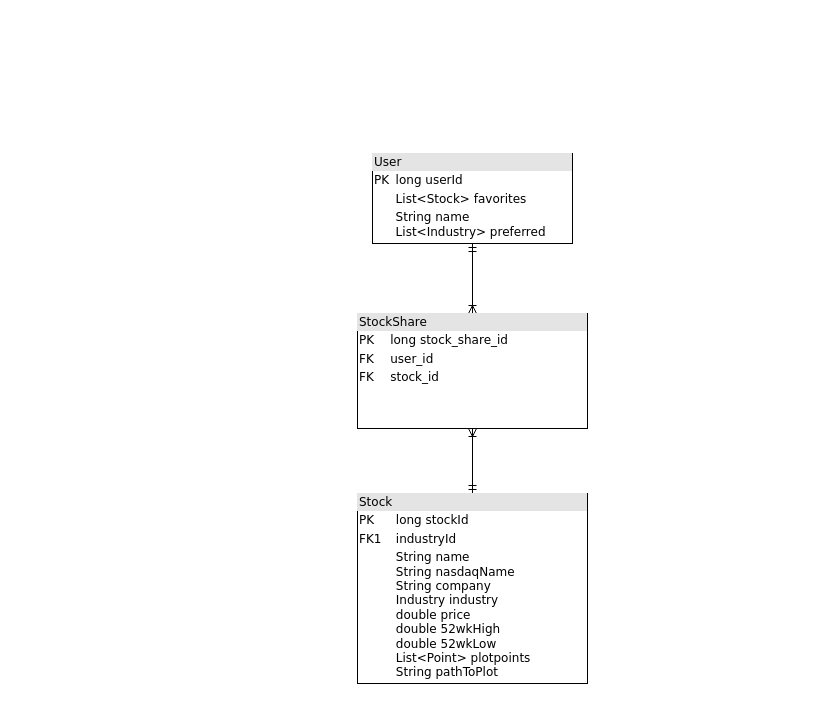
Above: docs/erd.drawio in stock-rollers/stock-rollers.github.io (draw.io), before the change. Source tidied: cells renumbered, new cells numbered last; positions are measured from the earlier drawing's top-left corner, leaving out a move shared by most shapes. Both pictures are drawn from the tidied source at 100%, with x=0, y=0 at pixel (357, 153).
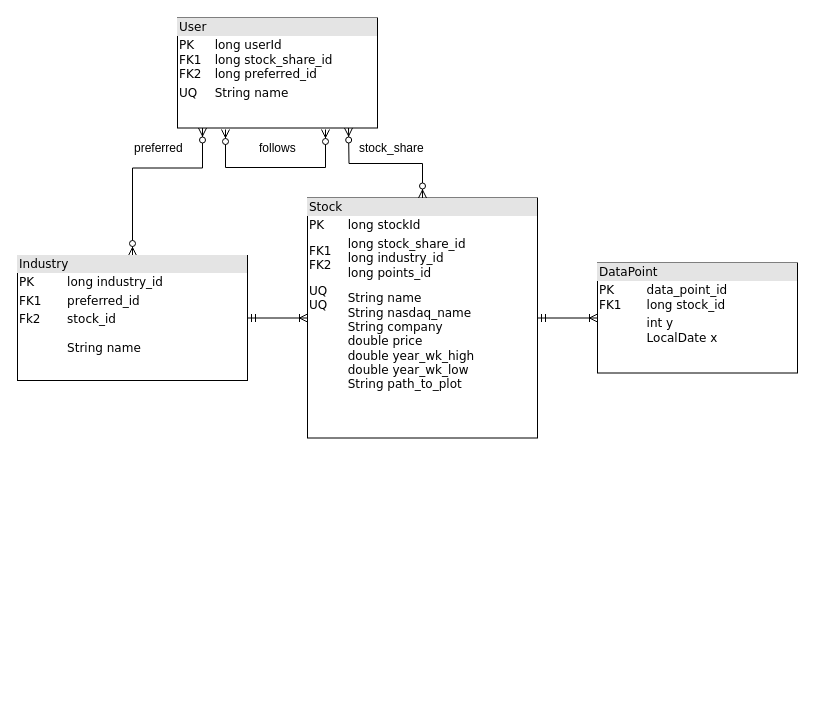
After the change.

Change to the diagram source:
```diff
@@
 <mxGraphModel background="#ffffff">
   <root>
     <mxCell id="0" />
     <mxCell id="1" parent="0" />
-    <mxCell id="2" value="&lt;div style=&quot;box-sizing: border-box ; width: 100% ; background: #e4e4e4 ; padding: 2px&quot;&gt;User&lt;/div&gt;&lt;table style=&quot;width: 100% ; font-size: 1em&quot; cellpadding=&quot;2&quot; cellspacing=&quot;0&quot;&gt;&lt;tbody&gt;&lt;tr&gt;&lt;td&gt;PK&lt;/td&gt;&lt;td&gt;long userId&lt;/td&gt;&lt;/tr&gt;&lt;tr&gt;&lt;td&gt;&lt;br&gt;&lt;/td&gt;&lt;td&gt;List&amp;lt;Stock&amp;gt; favorites&lt;/td&gt;&lt;/tr&gt;&lt;tr&gt;&lt;td&gt;&lt;/td&gt;&lt;td&gt;String name&lt;br&gt;List&amp;lt;Industry&amp;gt; preferred&amp;nbsp;&lt;/td&gt;&lt;/tr&gt;&lt;/tbody&gt;&lt;/table&gt;" style="verticalAlign=top;align=left;overflow=fill;html=1;rounded=0;shadow=0;comic=0;labelBackgroundColor=none;strokeColor=#000000;strokeWidth=1;fillColor=#ffffff;fontFamily=Verdana;fontSize=12;fontColor=#000000;" parent="1" vertex="1">
-      <mxGeometry x="15" width="200" height="90" as="geometry" />
+    <mxCell id="2" value="&lt;div style=&quot;box-sizing: border-box ; width: 100% ; background: #e4e4e4 ; padding: 2px&quot;&gt;User&lt;/div&gt;&lt;table style=&quot;width: 100% ; font-size: 1em&quot; cellspacing=&quot;0&quot; cellpadding=&quot;2&quot;&gt;&lt;tbody&gt;&lt;tr&gt;&lt;td&gt;PK&lt;br&gt;FK1&lt;br&gt;FK2&lt;br&gt;&lt;/td&gt;&lt;td&gt;long userId&lt;br&gt;long stock_share_id&lt;br&gt;long preferred_id&lt;br&gt;&lt;/td&gt;&lt;/tr&gt;&lt;tr&gt;&lt;td&gt;UQ&lt;br&gt;&lt;/td&gt;&lt;td&gt;String name&lt;br&gt;&lt;/td&gt;&lt;/tr&gt;&lt;tr&gt;&lt;td&gt;&lt;br&gt;&lt;/td&gt;&lt;td&gt;&lt;br&gt;&lt;/td&gt;&lt;/tr&gt;&lt;/tbody&gt;&lt;/table&gt;" style="verticalAlign=top;align=left;overflow=fill;html=1;rounded=0;shadow=0;comic=0;labelBackgroundColor=none;strokeColor=#000000;strokeWidth=1;fillColor=#ffffff;fontFamily=Verdana;fontSize=12;fontColor=#000000;" parent="1" vertex="1">
+      <mxGeometry x="-180" y="-135.5" width="200" height="110" as="geometry" />
     </mxCell>
-    <mxCell id="3" style="edgeStyle=orthogonalEdgeStyle;rounded=0;jettySize=auto;html=1;exitX=0.5;exitY=0;exitDx=0;exitDy=0;endArrow=ERoneToMany;endFill=0;entryX=0.5;entryY=1;entryDx=0;entryDy=0;startArrow=ERmandOne;startFill=0;" parent="1" edge="1" source="4" target="6">
-      <mxGeometry relative="1" as="geometry" />
+    <mxCell id="3" style="edgeStyle=orthogonalEdgeStyle;rounded=0;jettySize=auto;html=1;exitX=0.5;exitY=0;exitDx=0;exitDy=0;endArrow=ERzeroToMany;endFill=1;startArrow=ERzeroToMany;startFill=1;" parent="1" edge="1" source="4">
+      <mxGeometry relative="1" as="geometry">
+        <mxPoint x="-9" y="-25.5" as="targetPoint" />
+      </mxGeometry>
     </mxCell>
-    <mxCell id="4" value="&lt;div style=&quot;box-sizing: border-box ; width: 100% ; background: #e4e4e4 ; padding: 2px&quot;&gt;Stock&lt;/div&gt;&lt;table style=&quot;width: 100% ; font-size: 1em&quot; cellpadding=&quot;2&quot; cellspacing=&quot;0&quot;&gt;&lt;tbody&gt;&lt;tr&gt;&lt;td&gt;PK&lt;/td&gt;&lt;td&gt;long stockId&lt;/td&gt;&lt;/tr&gt;&lt;tr&gt;&lt;td&gt;FK1&lt;/td&gt;&lt;td&gt;industryId&lt;/td&gt;&lt;/tr&gt;&lt;tr&gt;&lt;td&gt;&lt;/td&gt;&lt;td&gt;String name&lt;br&gt;String nasdaqName&lt;br&gt;String company&lt;br&gt;Industry industry&lt;br&gt;double price&lt;br&gt;double 52wkHigh&lt;br&gt;double 52wkLow&lt;br&gt;List&amp;lt;Point&amp;gt; plotpoints&lt;br&gt;String pathToPlot&lt;br&gt;&lt;br&gt;&lt;/td&gt;&lt;/tr&gt;&lt;/tbody&gt;&lt;/table&gt;" style="verticalAlign=top;align=left;overflow=fill;html=1;rounded=0;shadow=0;comic=0;labelBackgroundColor=none;strokeColor=#000000;strokeWidth=1;fillColor=#ffffff;fontFamily=Verdana;fontSize=12;fontColor=#000000;" parent="1" vertex="1">
-      <mxGeometry y="340" width="230" height="190" as="geometry" />
+    <mxCell id="4" value="&lt;div style=&quot;box-sizing: border-box ; width: 100% ; background: #e4e4e4 ; padding: 2px&quot;&gt;Stock&lt;/div&gt;&lt;table style=&quot;width: 100% ; font-size: 1em&quot; cellspacing=&quot;0&quot; cellpadding=&quot;2&quot;&gt;&lt;tbody&gt;&lt;tr&gt;&lt;td&gt;PK&lt;/td&gt;&lt;td&gt;long stockId&lt;/td&gt;&lt;/tr&gt;&lt;tr&gt;&lt;td&gt;FK1&lt;br&gt;FK2&lt;br&gt;&lt;/td&gt;&lt;td&gt;long stock_share_id&lt;br&gt;long industry_id&lt;br&gt;long points_id&lt;br&gt;&lt;/td&gt;&lt;/tr&gt;&lt;tr&gt;&lt;td&gt;UQ&lt;br&gt;UQ&lt;br&gt;&lt;br&gt;&lt;br&gt;&lt;br&gt;&lt;br&gt;&lt;br&gt;&lt;br&gt;&lt;br&gt;&lt;/td&gt;&lt;td&gt;String name&lt;br&gt;String nasdaq_name&lt;br&gt;String company&lt;br&gt;double price&lt;br&gt;double year_wk_high&lt;br&gt;double year_wk_low&lt;br&gt;String path_to_plot&lt;br&gt;&lt;br&gt;&lt;/td&gt;&lt;/tr&gt;&lt;/tbody&gt;&lt;/table&gt;" style="verticalAlign=top;align=left;overflow=fill;html=1;rounded=0;shadow=0;comic=0;labelBackgroundColor=none;strokeColor=#000000;strokeWidth=1;fillColor=#ffffff;fontFamily=Verdana;fontSize=12;fontColor=#000000;" parent="1" vertex="1">
+      <mxGeometry x="-50" y="44.5" width="230" height="240" as="geometry" />
     </mxCell>
-    <mxCell id="5" style="edgeStyle=orthogonalEdgeStyle;html=1;endArrow=ERoneToMany;startArrow=ERmandOne;labelBackgroundColor=none;fontFamily=Verdana;fontSize=12;align=left;exitX=0.5;exitY=1;startFill=0;endFill=0;entryX=0.5;entryY=0;entryDx=0;entryDy=0;" parent="1" edge="1" source="2" target="6">
-      <mxGeometry relative="1" as="geometry" />
-    </mxCell>
-    <mxCell id="6" value="&lt;div style=&quot;box-sizing: border-box ; width: 100% ; background: #e4e4e4 ; padding: 2px&quot;&gt;StockShare&lt;/div&gt;&lt;table style=&quot;width: 100% ; font-size: 1em&quot; cellpadding=&quot;2&quot; cellspacing=&quot;0&quot;&gt;&lt;tbody&gt;&lt;tr&gt;&lt;td&gt;PK&lt;/td&gt;&lt;td&gt;long stock_share_id&lt;/td&gt;&lt;/tr&gt;&lt;tr&gt;&lt;td&gt;FK&lt;/td&gt;&lt;td&gt;user_id&lt;br&gt;&lt;/td&gt;&lt;/tr&gt;&lt;tr&gt;&lt;td&gt;FK&lt;/td&gt;&lt;td&gt;stock_id&lt;/td&gt;&lt;/tr&gt;&lt;tr&gt;&lt;td&gt;&lt;br&gt;&lt;/td&gt;&lt;td&gt;&lt;br&gt;&lt;/td&gt;&lt;/tr&gt;&lt;/tbody&gt;&lt;/table&gt;" style="verticalAlign=top;align=left;overflow=fill;html=1;rounded=0;shadow=0;comic=0;labelBackgroundColor=none;strokeColor=#000000;strokeWidth=1;fillColor=#ffffff;fontFamily=Verdana;fontSize=12;fontColor=#000000;" parent="1" vertex="1">
-      <mxGeometry y="160" width="230" height="115" as="geometry" />
-    </mxCell>
+    <mxCell id="7" style="edgeStyle=orthogonalEdgeStyle;rounded=0;orthogonalLoop=1;jettySize=auto;html=1;startArrow=ERzeroToMany;startFill=1;endArrow=ERzeroToMany;endFill=1;" parent="1" edge="1">
+      <mxGeometry relative="1" as="geometry">
+        <mxPoint x="-32" y="-24" as="sourcePoint" />
+        <mxPoint x="-132" y="-24" as="targetPoint" />
+        <Array as="points">
+          <mxPoint x="-32" y="14" />
+          <mxPoint x="-132" y="14" />
+        </Array>
+      </mxGeometry>
+    </mxCell>
+    <mxCell id="8" style="edgeStyle=orthogonalEdgeStyle;rounded=0;jettySize=auto;html=1;exitX=0.5;exitY=0;exitDx=0;exitDy=0;entryX=0.125;entryY=1;entryDx=0;entryDy=0;entryPerimeter=0;startArrow=ERzeroToMany;startFill=1;endArrow=ERzeroToMany;endFill=1;" parent="1" edge="1" source="10" target="2">
+      <mxGeometry relative="1" as="geometry">
+        <Array as="points">
+          <mxPoint x="-225" y="14.5" />
+          <mxPoint x="-155" y="14.5" />
+        </Array>
+      </mxGeometry>
+    </mxCell>
+    <mxCell id="9" style="edgeStyle=orthogonalEdgeStyle;rounded=0;jettySize=auto;html=1;exitX=1;exitY=0.5;exitDx=0;exitDy=0;entryX=0;entryY=0.5;entryDx=0;entryDy=0;startArrow=ERmandOne;startFill=0;endArrow=ERoneToMany;endFill=0;" parent="1" edge="1" source="10" target="4">
+      <mxGeometry relative="1" as="geometry" />
+    </mxCell>
+    <mxCell id="10" value="&lt;div style=&quot;box-sizing: border-box ; width: 100% ; background: #e4e4e4 ; padding: 2px&quot;&gt;Industry&lt;br&gt;&lt;/div&gt;&lt;table style=&quot;width: 100% ; font-size: 1em&quot; cellspacing=&quot;0&quot; cellpadding=&quot;2&quot;&gt;&lt;tbody&gt;&lt;tr&gt;&lt;td&gt;PK&lt;/td&gt;&lt;td&gt;long industry_id&lt;br&gt;&lt;/td&gt;&lt;/tr&gt;&lt;tr&gt;&lt;td&gt;FK1&lt;/td&gt;&lt;td&gt;preferred_id&lt;br&gt;&lt;/td&gt;&lt;/tr&gt;&lt;tr&gt;&lt;td&gt;Fk2&lt;br&gt;&lt;br&gt;&lt;br&gt;&lt;br&gt;&lt;br&gt;&lt;br&gt;&lt;br&gt;&lt;br&gt;&lt;br&gt;&lt;br&gt;&lt;br&gt;&lt;br&gt;&lt;/td&gt;&lt;td&gt;stock_id&lt;br&gt;&lt;br&gt;String name&lt;br&gt;&lt;br&gt;&lt;br&gt;&lt;br&gt;&lt;br&gt;&lt;br&gt;&lt;br&gt;&lt;br&gt;&lt;br&gt;&lt;br&gt;&lt;/td&gt;&lt;/tr&gt;&lt;/tbody&gt;&lt;/table&gt;" style="verticalAlign=top;align=left;overflow=fill;html=1;rounded=0;shadow=0;comic=0;labelBackgroundColor=none;strokeColor=#000000;strokeWidth=1;fillColor=#ffffff;fontFamily=Verdana;fontSize=12;fontColor=#000000;" parent="1" vertex="1">
+      <mxGeometry x="-340" y="102" width="230" height="125" as="geometry" />
+    </mxCell>
+    <mxCell id="11" value="follows" style="text;html=1;align=left;verticalAlign=top;spacingTop=-4;" parent="1" vertex="1">
+      <mxGeometry x="-100" y="-15.5" width="50" height="20" as="geometry" />
+    </mxCell>
+    <mxCell id="12" value="preferred" style="text;html=1;align=left;verticalAlign=top;spacingTop=-4;" parent="1" vertex="1">
+      <mxGeometry x="-225" y="-15.5" width="60" height="20" as="geometry" />
+    </mxCell>
+    <mxCell id="13" value="stock_share" style="text;html=1;align=left;verticalAlign=top;spacingTop=-4;" parent="1" vertex="1">
+      <mxGeometry y="-15.5" width="80" height="20" as="geometry" />
+    </mxCell>
+    <mxCell id="14" style="edgeStyle=orthogonalEdgeStyle;rounded=0;jettySize=auto;html=1;exitX=0;exitY=0.5;exitDx=0;exitDy=0;startArrow=ERoneToMany;startFill=0;endArrow=ERmandOne;endFill=0;" parent="1" edge="1" source="15" target="4">
+      <mxGeometry relative="1" as="geometry" />
+    </mxCell>
+    <mxCell id="15" value="&lt;div style=&quot;box-sizing: border-box ; width: 100% ; background: #e4e4e4 ; padding: 2px&quot;&gt;DataPoint&lt;br&gt;&lt;/div&gt;&lt;table style=&quot;width: 100% ; font-size: 1em&quot; cellspacing=&quot;0&quot; cellpadding=&quot;2&quot;&gt;&lt;tbody&gt;&lt;tr&gt;&lt;td&gt;PK&lt;br&gt;FK1&lt;br&gt;&lt;/td&gt;&lt;td&gt;data_point_id&lt;br&gt;long stock_id&lt;br&gt;&lt;/td&gt;&lt;/tr&gt;&lt;tr&gt;&lt;td&gt;&lt;br&gt;&lt;/td&gt;&lt;td&gt;int y&lt;br&gt;LocalDate x&lt;br&gt;&lt;/td&gt;&lt;/tr&gt;&lt;tr&gt;&lt;td&gt;&lt;br&gt;&lt;/td&gt;&lt;td&gt;&lt;br&gt;&lt;/td&gt;&lt;/tr&gt;&lt;/tbody&gt;&lt;/table&gt;" style="verticalAlign=top;align=left;overflow=fill;html=1;rounded=0;shadow=0;comic=0;labelBackgroundColor=none;strokeColor=#000000;strokeWidth=1;fillColor=#ffffff;fontFamily=Verdana;fontSize=12;fontColor=#000000;" parent="1" vertex="1">
+      <mxGeometry x="240" y="109.5" width="200" height="110" as="geometry" />
+    </mxCell>
   </root>
 </mxGraphModel>
```
